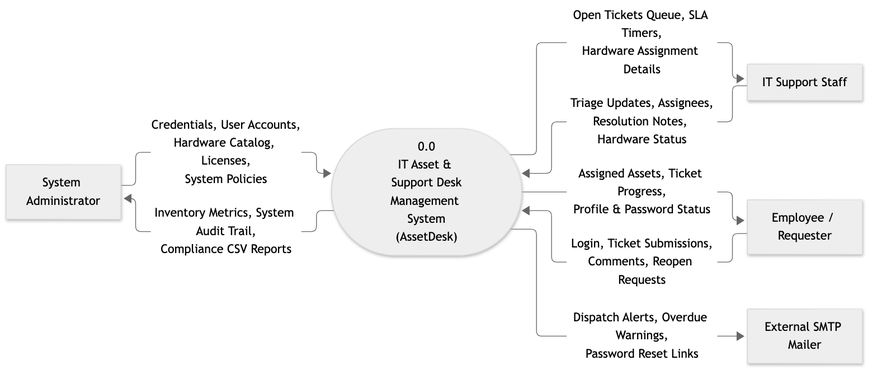
This is docs/assets/diagrams/d02-context-dfd0.png from siddharth756/assetdesk-internship-project, a Mermaid export, as it was before one commit. Its source is kept beside it as docs/assets/diagrams/d02-context-dfd0.mmd. The source it was exported from:
```mermaid
flowchart LR
    Admin["System Administrator"]
    Support["IT Support Staff"]
    Employee["Employee / Requester"]
    SMTP["External SMTP Mailer"]

    System(["0.0<br/>IT Asset & Support Desk<br/>Management System<br/>(AssetDesk)"])

    Admin -- "Credentials, User Accounts,<br/>Hardware Catalog, Licenses,<br/>System Policies" --> System
    System -- "Inventory Metrics, System Audit Trail,<br/>Compliance CSV Reports" --> Admin

    Support -- "Triage Updates, Assignees,<br/>Resolution Notes, Hardware Status" --> System
    System -- "Open Tickets Queue, SLA Timers,<br/>Hardware Assignment Details" --> Support

    Employee -- "Login, Ticket Submissions,<br/>Comments, Reopen Requests" --> System
    System -- "Assigned Assets, Ticket Progress,<br/>Profile & Password Status" --> Employee

    System -- "Dispatch Alerts, Overdue Warnings,<br/>Password Reset Links" --> SMTP
```
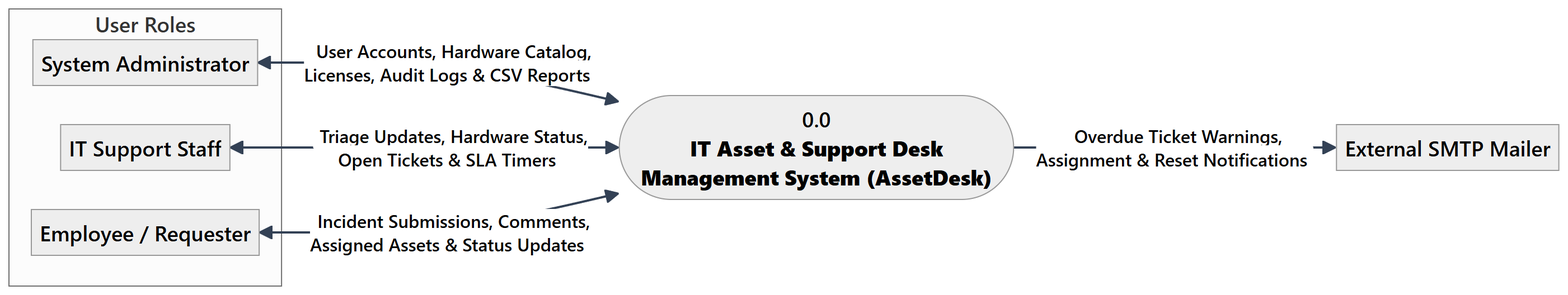
Above is the later version.

The edit, as a diff of the source:
```diff
@@ -1,18 +1,18 @@
 flowchart LR
-    Admin["System Administrator"]
-    Support["IT Support Staff"]
-    Employee["Employee / Requester"]
-    SMTP["External SMTP Mailer"]
+    subgraph Users ["User Roles"]
+        Admin["System Administrator"]
+        Support["IT Support Staff"]
+        Employee["Employee / Requester"]
+    end
 
-    System(["0.0<br/>IT Asset & Support Desk<br/>Management System<br/>(AssetDesk)"])
+    System(["0.0<br/><b>IT Asset & Support Desk<br/>Management System (AssetDesk)</b>"])
 
-    Admin -- "Credentials, User Accounts,<br/>Hardware Catalog, Licenses,<br/>System Policies" --> System
-    System -- "Inventory Metrics, System Audit Trail,<br/>Compliance CSV Reports" --> Admin
+    External["External SMTP Mailer"]
 
-    Support -- "Triage Updates, Assignees,<br/>Resolution Notes, Hardware Status" --> System
-    System -- "Open Tickets Queue, SLA Timers,<br/>Hardware Assignment Details" --> Support
+    Admin <-->|"User Accounts, Hardware Catalog,<br/>Licenses, Audit Logs & CSV Reports"| System
 
-    Employee -- "Login, Ticket Submissions,<br/>Comments, Reopen Requests" --> System
-    System -- "Assigned Assets, Ticket Progress,<br/>Profile & Password Status" --> Employee
+    Support <-->|"Triage Updates, Hardware Status,<br/>Open Tickets & SLA Timers"| System
 
-    System -- "Dispatch Alerts, Overdue Warnings,<br/>Password Reset Links" --> SMTP
+    Employee <-->|"Incident Submissions, Comments,<br/>Assigned Assets & Status Updates"| System
+
+    System -->|"Overdue Ticket Warnings,<br/>Assignment & Reset Notifications"| External
```
